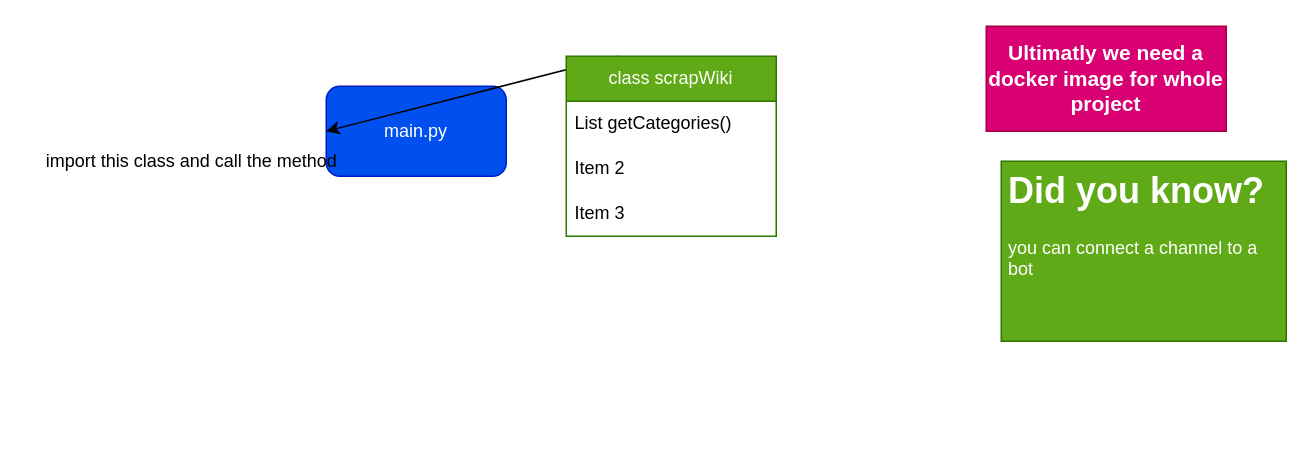
alirezaarmn/web_scrapy keeps this draw.io diagram as mywiki/projectuml.drawio. Above is the earlier version. Source tidied: cells renumbered, new cells numbered last; positions are measured from the earlier drawing's top-left corner, leaving out a move shared by most shapes. Both pictures are drawn from the tidied source at 150%, with x=0, y=0 at pixel (26, 26).
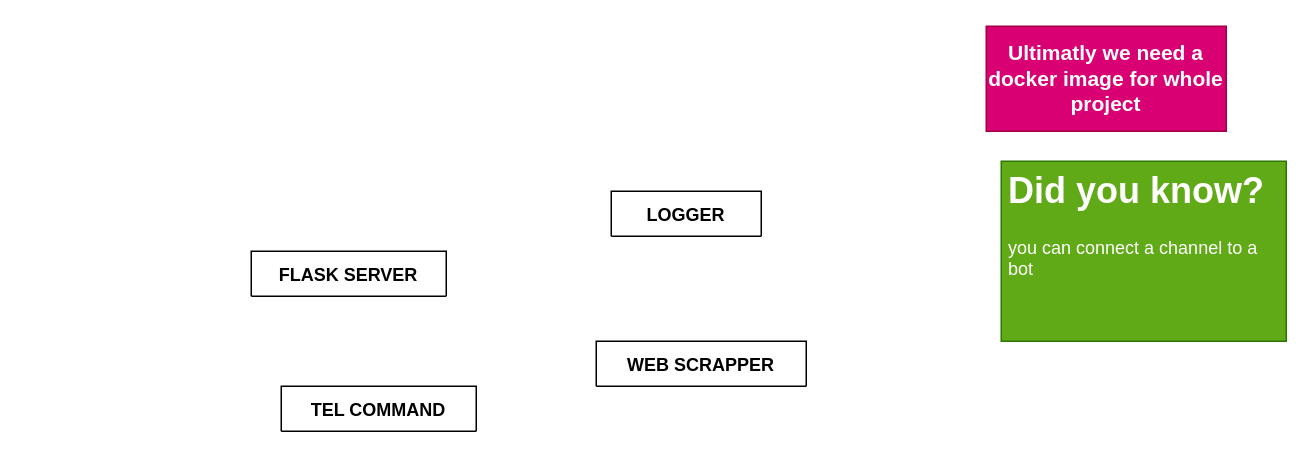
After the change.

Diff of the diagram source:
```diff
@@
 <mxGraphModel>
   <root>
     <mxCell id="0" />
     <mxCell id="1" parent="0" />
-    <mxCell id="2" value="main.py" style="rounded=1;whiteSpace=wrap;html=1;fillColor=#0050ef;fontColor=#ffffff;strokeColor=#001DBC;" parent="1" vertex="1">
-      <mxGeometry x="200" y="40" width="120" height="60" as="geometry" />
-    </mxCell>
-    <mxCell id="3" style="edgeStyle=none;html=1;entryX=0;entryY=0.5;entryDx=0;entryDy=0;exitX=0.25;exitY=0;exitDx=0;exitDy=0;" parent="1" edge="1" source="4" target="2">
-      <mxGeometry relative="1" as="geometry" />
-    </mxCell>
-    <mxCell id="4" value="class scrapWiki" style="swimlane;fontStyle=0;horizontal=1;startSize=30;whiteSpace=wrap;html=1;fillColor=#60a917;fontColor=#ffffff;strokeColor=#2D7600;" parent="1" vertex="1">
-      <mxGeometry x="360" y="20" width="140" height="120" as="geometry" />
-    </mxCell>
-    <mxCell id="5" value="List getCategories()" style="text;strokeColor=none;fillColor=none;align=left;verticalAlign=middle;spacingLeft=4;spacingRight=4;overflow=hidden;whiteSpace=wrap;html=1;" parent="4" vertex="1">
-      <mxGeometry y="30" width="140" height="30" as="geometry" />
-    </mxCell>
-    <mxCell id="6" value="Item 2" style="text;strokeColor=none;fillColor=none;align=left;verticalAlign=middle;spacingLeft=4;spacingRight=4;overflow=hidden;whiteSpace=wrap;html=1;" parent="4" vertex="1">
-      <mxGeometry y="60" width="140" height="30" as="geometry" />
-    </mxCell>
-    <mxCell id="7" value="Item 3" style="text;strokeColor=none;fillColor=none;align=left;verticalAlign=middle;spacingLeft=4;spacingRight=4;overflow=hidden;whiteSpace=wrap;html=1;" parent="4" vertex="1">
-      <mxGeometry y="90" width="140" height="30" as="geometry" />
-    </mxCell>
     <mxCell id="8" value="&lt;h1&gt;&lt;span style=&quot;background-color: initial;&quot;&gt;Did you know?&lt;/span&gt;&lt;br&gt;&lt;/h1&gt;&lt;div&gt;you can connect a channel to a bot&lt;/div&gt;" style="text;html=1;strokeColor=#2D7600;fillColor=#60a917;spacing=5;spacingTop=-20;whiteSpace=wrap;overflow=hidden;rounded=0;fontColor=#ffffff;" parent="1" vertex="1">
       <mxGeometry x="650" y="90" width="190" height="120" as="geometry" />
     </mxCell>
     <mxCell id="9" value="&lt;b&gt;&lt;font style=&quot;font-size: 14px;&quot;&gt;Ultimatly we need a docker image for whole project&lt;/font&gt;&lt;/b&gt;" style="text;html=1;strokeColor=#A50040;fillColor=#d80073;align=center;verticalAlign=middle;whiteSpace=wrap;rounded=0;fontColor=#ffffff;" parent="1" vertex="1">
       <mxGeometry x="640" width="160" height="70" as="geometry" />
     </mxCell>
-    <mxCell id="10" value="import this class and call the method" style="text;html=1;align=center;verticalAlign=middle;strokeColor=none;fillColor=none;" parent="1" vertex="1">
-      <mxGeometry y="75" width="220" height="30" as="geometry" />
-    </mxCell>
+    <mxCell id="11" value="&lt;b style=&quot;&quot;&gt;&lt;font style=&quot;font-size: 12px;&quot;&gt;LOGGER&lt;/font&gt;&lt;/b&gt;" style="swimlane;fontStyle=0;horizontal=1;startSize=30;whiteSpace=wrap;html=1;fontSize=14;" parent="1" vertex="1" collapsed="1">
+      <mxGeometry x="390" y="110" width="100" height="30" as="geometry" />
+    </mxCell>
+    <mxCell id="12" value="&lt;b style=&quot;font-size: 12px;&quot;&gt;WEB SCRAPPER&lt;/b&gt;" style="swimlane;fontStyle=0;horizontal=1;startSize=30;whiteSpace=wrap;html=1;fontSize=14;" parent="1" vertex="1" collapsed="1">
+      <mxGeometry x="380" y="210" width="140" height="30" as="geometry" />
+    </mxCell>
+    <mxCell id="13" value="&lt;span style=&quot;font-size: 12px;&quot;&gt;&lt;b&gt;FLASK SERVER&lt;/b&gt;&lt;/span&gt;" style="swimlane;fontStyle=0;horizontal=1;startSize=30;whiteSpace=wrap;html=1;fontSize=14;" parent="1" vertex="1" collapsed="1">
+      <mxGeometry x="150" y="150" width="130" height="30" as="geometry" />
+    </mxCell>
+    <mxCell id="14" value="&lt;span style=&quot;font-size: 12px;&quot;&gt;&lt;b&gt;TEL COMMAND&lt;/b&gt;&lt;/span&gt;" style="swimlane;fontStyle=0;horizontal=1;startSize=30;whiteSpace=wrap;html=1;fontSize=14;" parent="1" vertex="1" collapsed="1">
+      <mxGeometry x="170" y="240" width="130" height="30" as="geometry" />
+    </mxCell>
   </root>
 </mxGraphModel>
```
